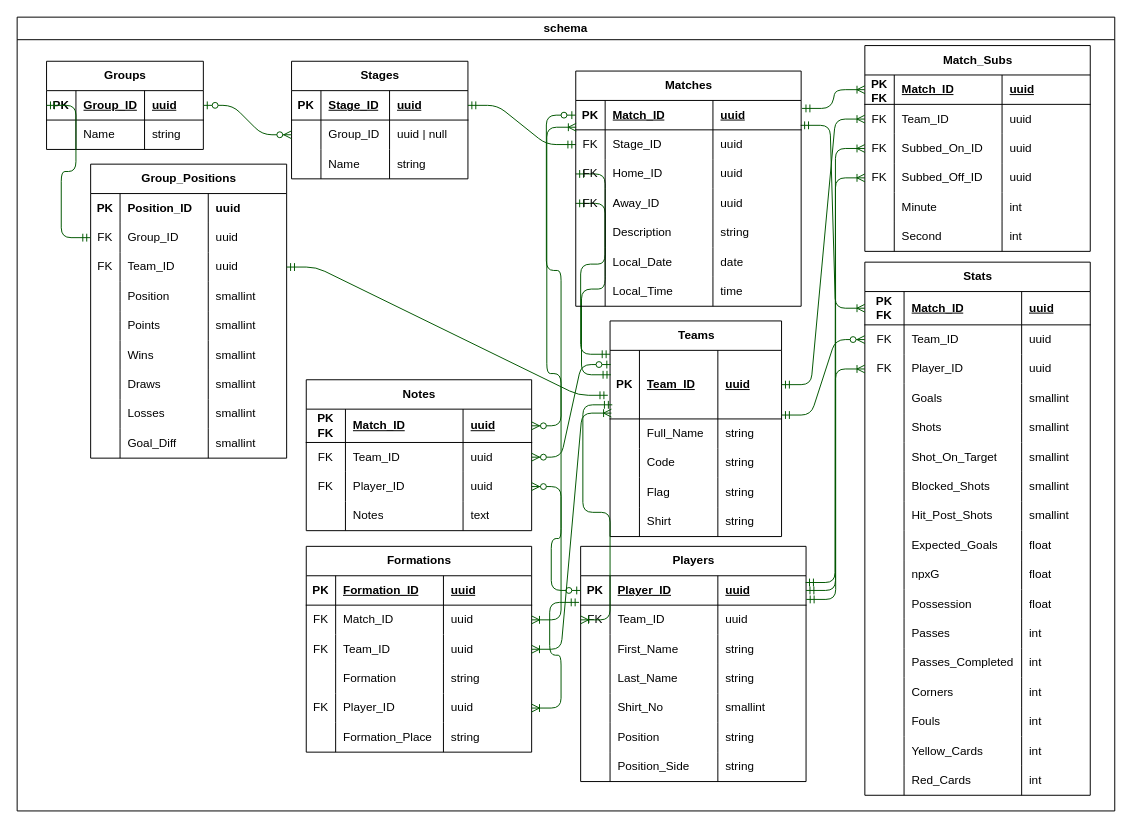
This is database/db_schema.drawio from daryl-g/world-cup-2026-app, a draw.io file, before an edit. Source tidied: cells renumbered, new cells numbered last; positions are measured from the earlier drawing's top-left corner, leaving out a move shared by most shapes. Both pictures are drawn from the tidied source at 98%, with x=0, y=0 at pixel (17, 17).
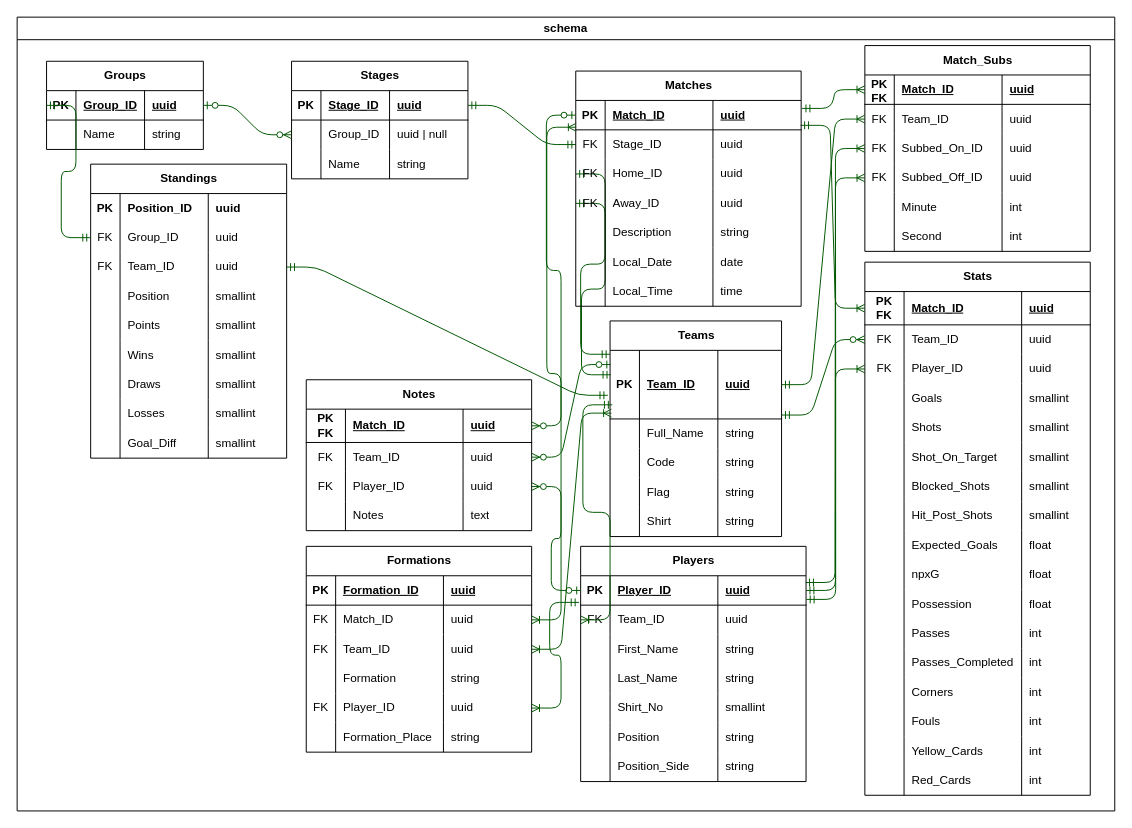
The same page after the edit.

Unchanged cells that the change refers to:
```xml
<mxCell id="2" value="schema" style="swimlane;whiteSpace=wrap;html=1;" parent="1" vertex="1">
  <mxGeometry width="1120" height="810" as="geometry" />
</mxCell>
```

The edit, as a diff of the source:
```diff
@@
-    <mxCell id="3" value="Group_Positions" style="shape=table;startSize=30;childLayout=tableLayout;rowLines=0;fontStyle=1;align=center;html=1;" parent="2" vertex="1">
+    <mxCell id="3" value="Standings" style="shape=table;startSize=30;childLayout=tableLayout;rowLines=0;fontStyle=1;align=center;html=1;" parent="2" vertex="1">
       <mxGeometry x="75" y="150" width="200" height="300" as="geometry" />
     </mxCell>
```
